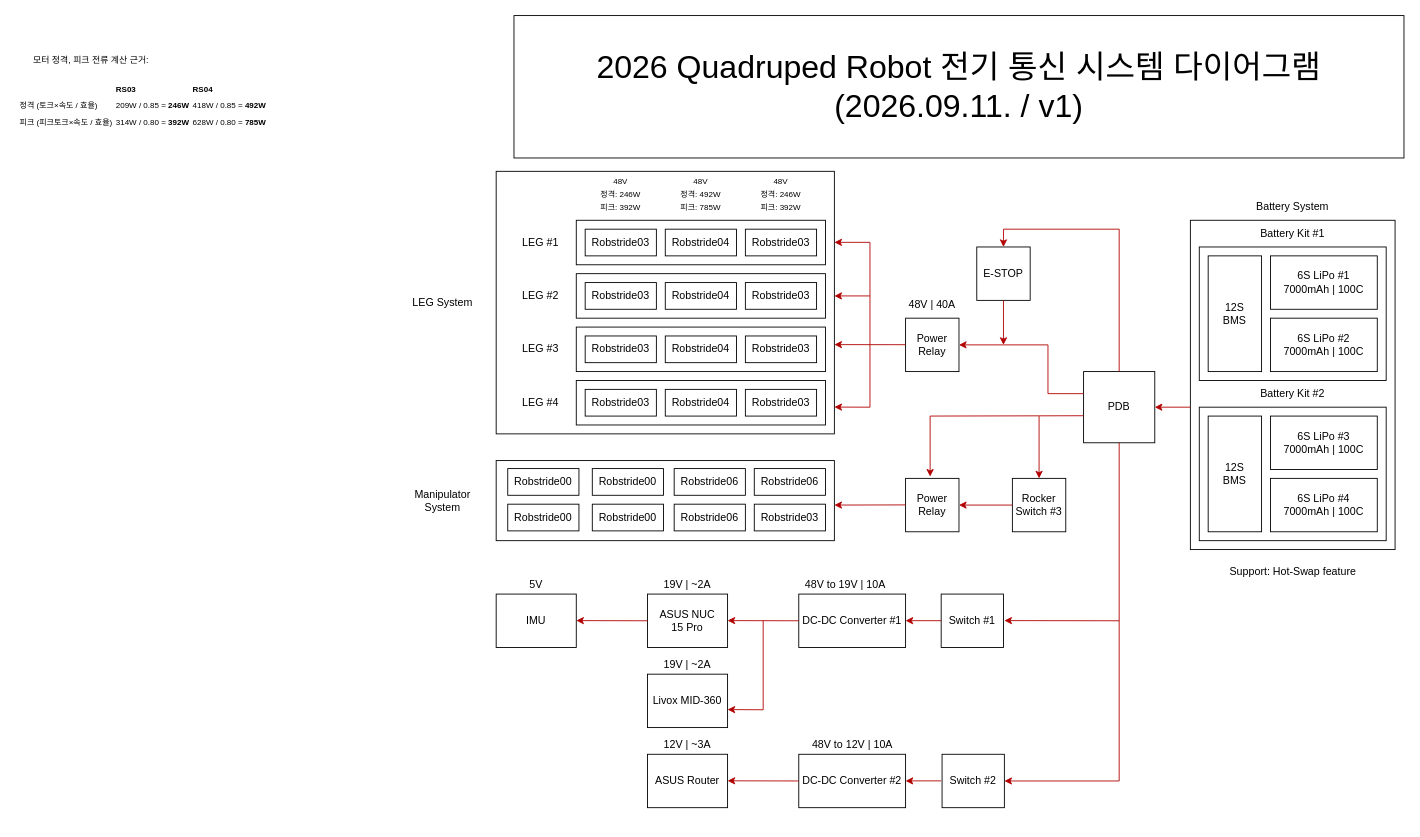
The draw.io diagram System_Architecture/ROBIT_2026_Quadruped_Robot_Electronic_Communication_System.drawio in kinesis19/rescue-embedded-circuit, before the edit. Source tidied: cells renumbered, new cells numbered last; positions are measured from the earlier drawing's top-left corner, leaving out a move shared by most shapes. Both pictures are drawn from the tidied source at 89%, with x=0, y=0 at pixel (15, 15).
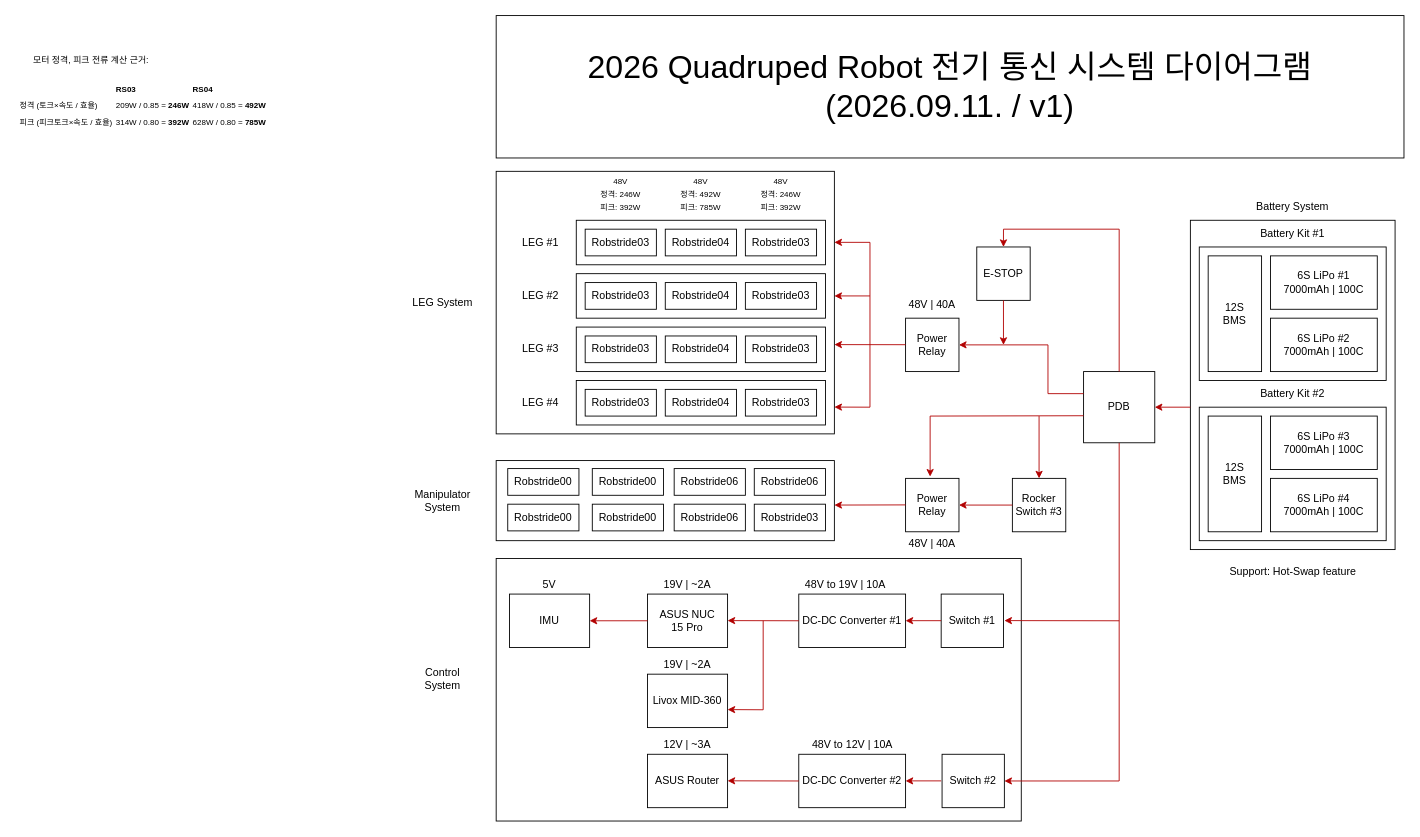
The same diagram, later.

What changed in the source:
```diff
@@
+    <mxCell id="93" style="rounded=0;whiteSpace=wrap;html=1;" parent="1" vertex="1">
+      <mxGeometry x="540" y="610" width="590" height="295" as="geometry" />
+    </mxCell>
@@
     <mxCell id="7" value="2026 Quadruped Robot 전기 통신 시스템 다이어그램&lt;div&gt;(2026.09.11. / v1)&lt;/div&gt;" style="rounded=0;whiteSpace=wrap;html=1;fontSize=36;" parent="1" vertex="1">
-      <mxGeometry x="560" width="1000" height="160" as="geometry" />
+      <mxGeometry x="540" width="1020" height="160" as="geometry" />
     </mxCell>
@@
     <mxCell id="66" value="IMU" style="rounded=0;whiteSpace=wrap;html=1;" parent="1" vertex="1">
-      <mxGeometry x="540" y="650" width="90" height="60" as="geometry" />
+      <mxGeometry x="555" y="650" width="90" height="60" as="geometry" />
     </mxCell>
-    <mxCell id="67" style="endArrow=classic;html=1;rounded=0;fillColor=#e51400;strokeColor=light-dark(#B20000,#CC0000);exitX=0;exitY=0.5;exitDx=0;exitDy=0;" parent="1" edge="1">
+    <mxCell id="67" style="endArrow=classic;html=1;rounded=0;fillColor=#e51400;strokeColor=light-dark(#B20000,#CC0000);exitX=0;exitY=0.5;exitDx=0;exitDy=0;entryX=1;entryY=0.5;entryDx=0;entryDy=0;" parent="1" edge="1" target="66">
       <mxGeometry relative="1" as="geometry">
         <mxPoint x="710" y="680" as="sourcePoint" />
-        <mxPoint x="630" y="679.8" as="targetPoint" />
       </mxGeometry>
     </mxCell>
     <mxCell id="68" value="5V" style="text;html=1;whiteSpace=wrap;strokeColor=none;fillColor=none;align=center;verticalAlign=middle;rounded=0;fontColor=light-dark(#000000,#FFFFFF);labelBackgroundColor=none;labelBorderColor=none;textShadow=0;fontStyle=0;" parent="1" vertex="1">
-      <mxGeometry x="555" y="630" width="60" height="20" as="geometry" />
+      <mxGeometry x="570" y="630" width="60" height="20" as="geometry" />
     </mxCell>
@@
+    <mxCell id="94" value="48V | 40A" style="text;html=1;whiteSpace=wrap;strokeColor=none;fillColor=none;align=center;verticalAlign=middle;rounded=0;fontColor=light-dark(#000000,#FFFFFF);labelBackgroundColor=none;labelBorderColor=none;textShadow=0;fontStyle=0;" parent="1" vertex="1">
+      <mxGeometry x="1000" y="579" width="60" height="30" as="geometry" />
+    </mxCell>
+    <mxCell id="95" value="Control&lt;div&gt;System&lt;/div&gt;" style="text;html=1;whiteSpace=wrap;strokeColor=none;fillColor=none;align=center;verticalAlign=middle;rounded=0;" parent="1" vertex="1">
+      <mxGeometry x="440" y="730" width="80" height="30" as="geometry" />
+    </mxCell>
```
